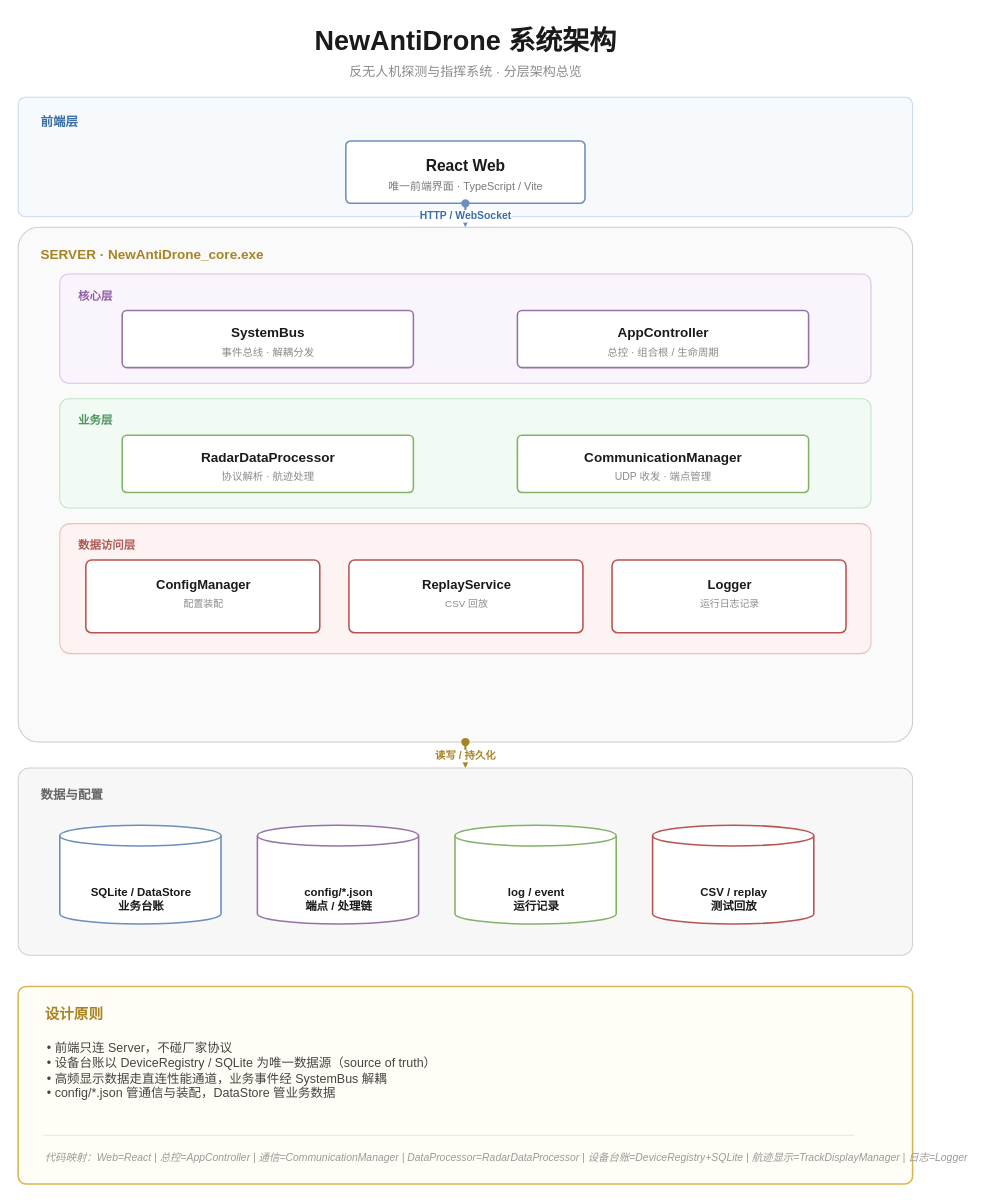
Above: doc/architecture/系统架构.drawio in YoungL524/newAnti_arch (draw.io), before the change. Source tidied: cells renumbered, new cells numbered last; positions are measured from the earlier drawing's top-left corner, leaving out a move shared by most shapes. Both pictures are drawn from the tidied source at 104%, with x=0, y=0 at pixel (18, 18).
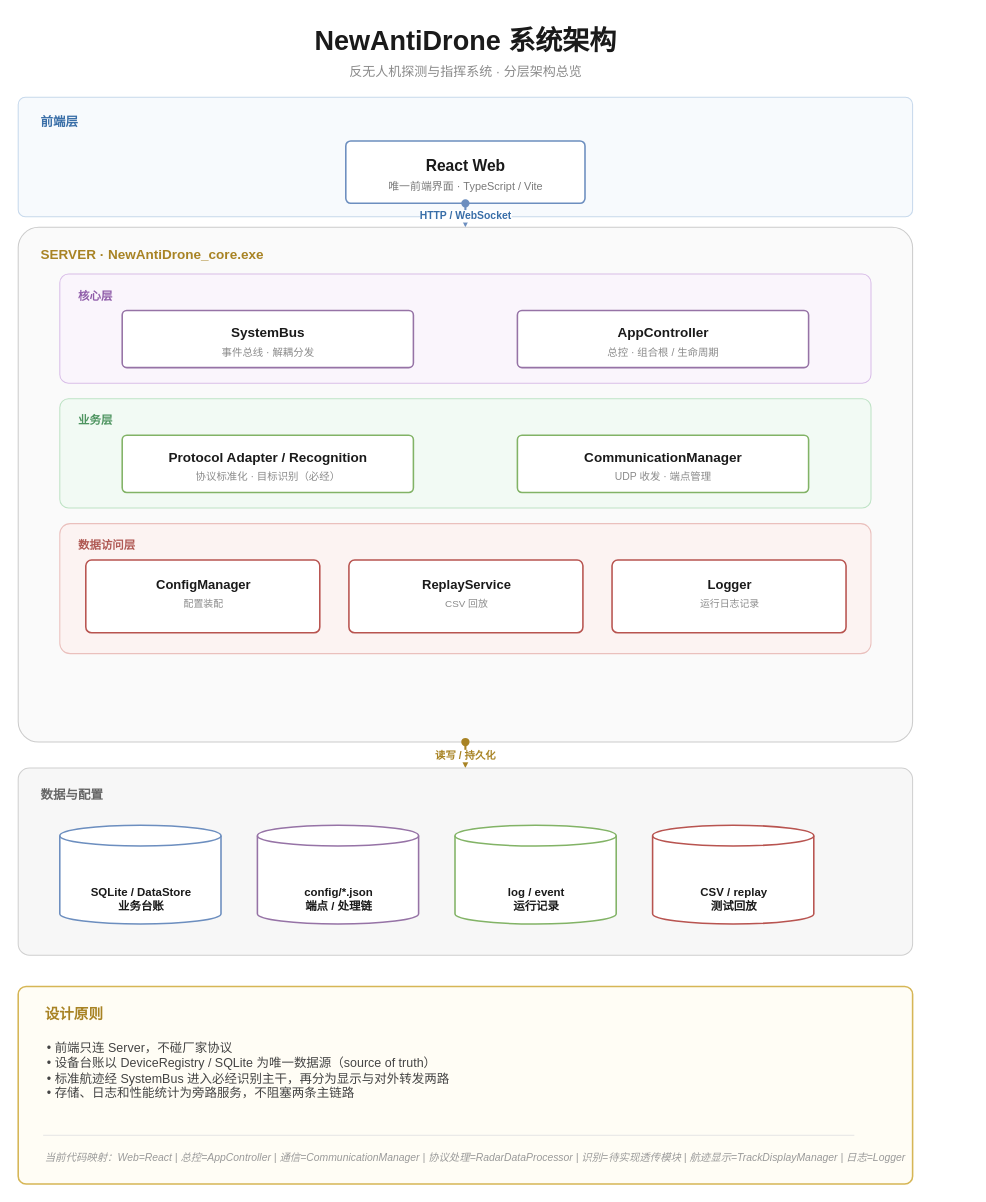
After the change.

Change to the diagram source:
```diff
@@
-    <mxCell id="23" value="RadarDataProcessor" style="text;html=1;strokeColor=none;fillColor=none;fontColor=#1A1A1A;fontFamily=Helvetica;fontStyle=1;fontSize=13;align=center;" parent="1" vertex="1">
+    <mxCell id="23" value="Protocol Adapter / Recognition" style="text;html=1;strokeColor=none;fillColor=none;fontColor=#1A1A1A;fontFamily=Helvetica;fontStyle=1;fontSize=13;align=center;" parent="1" vertex="1">
       <mxGeometry x="100" y="408" width="280" height="20" as="geometry" />
     </mxCell>
-    <mxCell id="24" value="协议解析 · 航迹处理" style="text;html=1;strokeColor=none;fillColor=none;fontColor=#8A8A8A;fontFamily=Helvetica;fontSize=10;align=center;" parent="1" vertex="1">
+    <mxCell id="24" value="协议标准化 · 目标识别（必经）" style="text;html=1;strokeColor=none;fillColor=none;fontColor=#8A8A8A;fontFamily=Helvetica;fontSize=10;align=center;" parent="1" vertex="1">
       <mxGeometry x="100" y="429" width="280" height="16" as="geometry" />
     </mxCell>
@@
-    <mxCell id="52" value="• 前端只连 Server，不碰厂家协议&#10;• 设备台账以 DeviceRegistry / SQLite 为唯一数据源（source of truth）&#10;• 高频显示数据走直连性能通道，业务事件经 SystemBus 解耦&#10;• config/*.json 管通信与装配，DataStore 管业务数据" style="text;html=1;strokeColor=none;fillColor=none;fontColor=#444444;fontFamily=Helvetica;fontSize=12;align=left;spacing=4;" parent="1" vertex="1">
+    <mxCell id="52" value="• 前端只连 Server，不碰厂家协议&#10;• 设备台账以 DeviceRegistry / SQLite 为唯一数据源（source of truth）&#10;• 标准航迹经 SystemBus 进入必经识别主干，再分为显示与对外转发两路&#10;• 存储、日志和性能统计为旁路服务，不阻塞两条主链路" style="text;html=1;strokeColor=none;fillColor=none;fontColor=#444444;fontFamily=Helvetica;fontSize=12;align=left;spacing=4;" parent="1" vertex="1">
       <mxGeometry x="24" y="975" width="780" height="86" as="geometry" />
     </mxCell>
@@
-    <mxCell id="54" value="代码映射：Web=React  |  总控=AppController  |  通信=CommunicationManager  |  DataProcessor=RadarDataProcessor  |  设备台账=DeviceRegistry+SQLite  |  航迹显示=TrackDisplayManager  |  日志=Logger" style="text;html=1;strokeColor=none;fillColor=none;fontColor=#999999;fontFamily=Helvetica;fontSize=10;align=left;fontStyle=2;" parent="1" vertex="1">
+    <mxCell id="54" value="当前代码映射：Web=React  |  总控=AppController  |  通信=CommunicationManager  |  协议处理=RadarDataProcessor  |  识别=待实现透传模块  |  航迹显示=TrackDisplayManager  |  日志=Logger" style="text;html=1;strokeColor=none;fillColor=none;fontColor=#999999;fontFamily=Helvetica;fontSize=10;align=left;fontStyle=2;" parent="1" vertex="1">
       <mxGeometry x="24" y="1083" width="780" height="36" as="geometry" />
     </mxCell>
```
